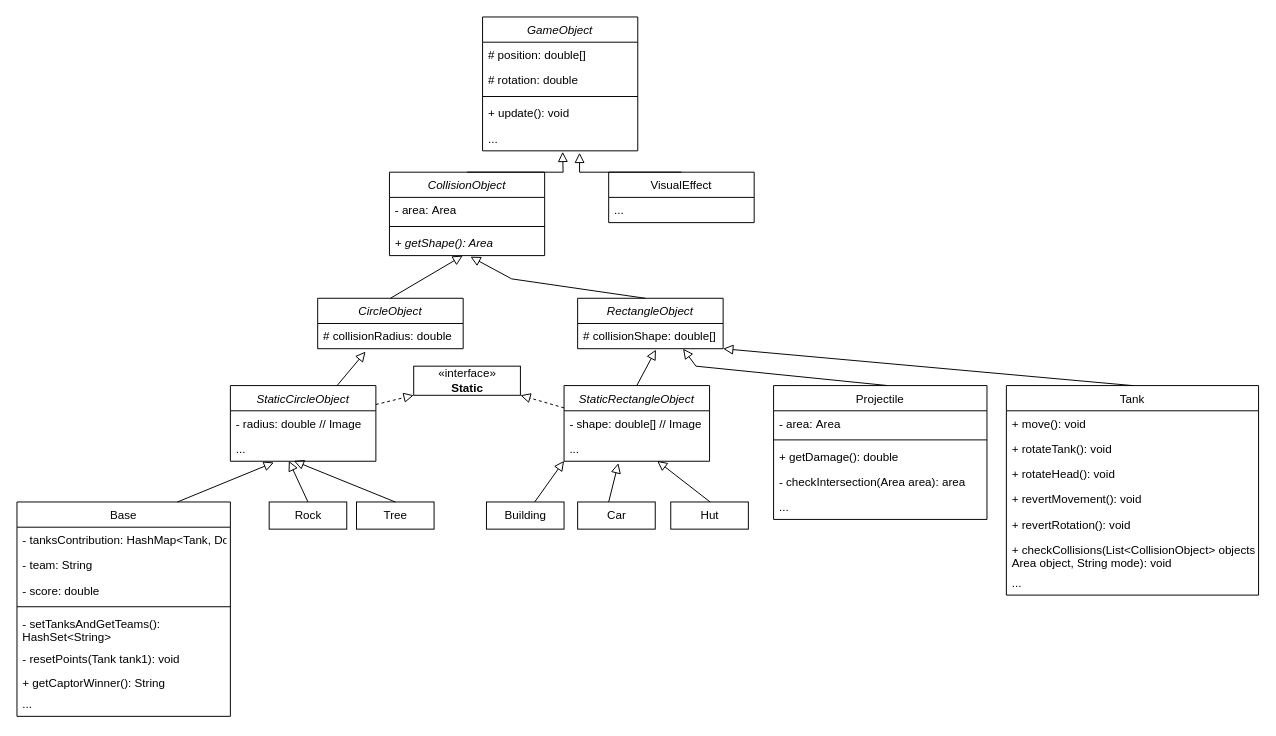
vladimirKa002/tanks-game keeps this draw.io diagram as readme/tanks_uml.drawio. Above is the earlier version. Source tidied: cells renumbered, new cells numbered last; positions are measured from the earlier drawing's top-left corner, leaving out a move shared by most shapes. Both pictures are drawn from the tidied source at 97%, with x=0, y=0 at pixel (16, 16).
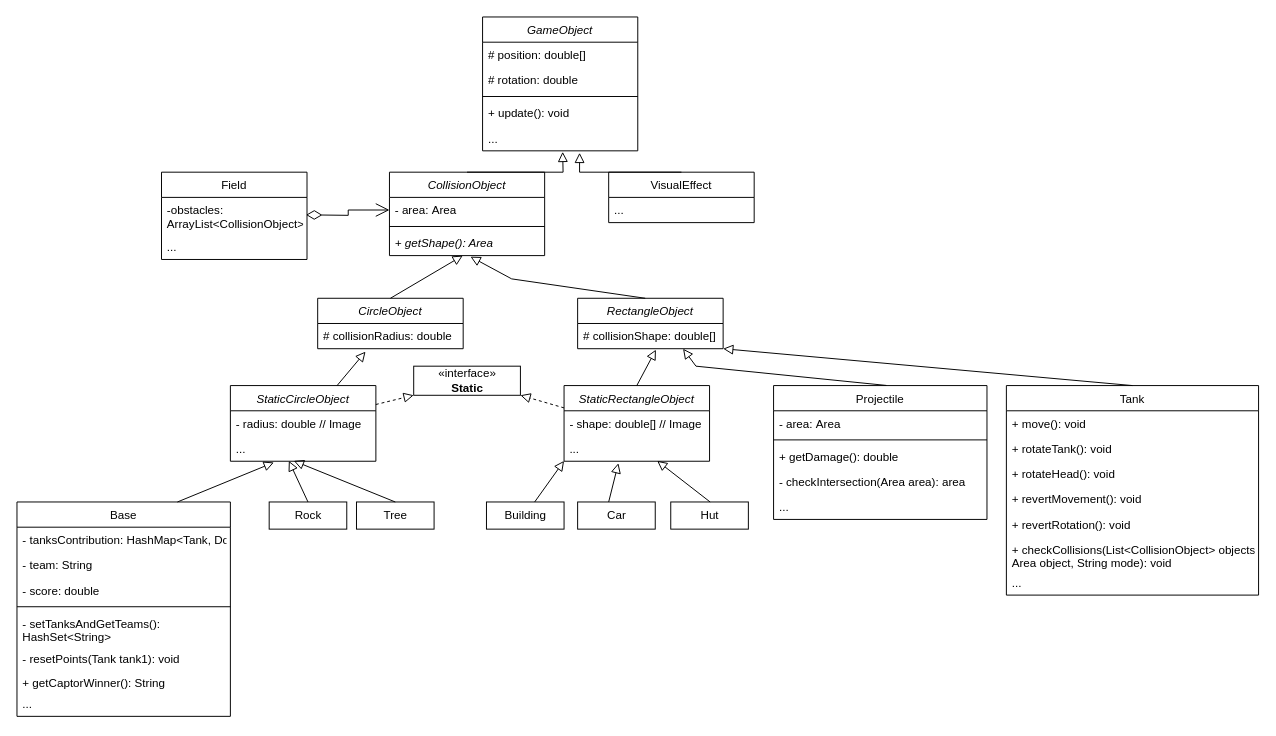
The same diagram, later.

Unchanged cells that the change refers to:
```xml
<mxCell id="9" value="- area: Area" style="text;strokeColor=none;fillColor=none;align=left;verticalAlign=top;spacingLeft=4;spacingRight=4;overflow=hidden;points=[[0,0.5],[1,0.5]];portConstraint=eastwest;" parent="8" vertex="1">
  <mxGeometry y="26" width="160" height="26" as="geometry" />
</mxCell>
```

Diff of the diagram source:
```diff
@@
+    <mxCell id="69" value="Field" style="swimlane;fontStyle=0;horizontal=1;startSize=26;fillColor=none;" parent="1" vertex="1">
+      <mxGeometry x="149" y="160" width="150" height="90" as="geometry" />
+    </mxCell>
+    <mxCell id="70" value="-obstacles: &#10;ArrayList&lt;CollisionObject&gt;" style="text;strokeColor=none;fillColor=none;align=left;verticalAlign=top;spacingLeft=4;spacingRight=4;overflow=hidden;" parent="69" vertex="1">
+      <mxGeometry y="26" width="150" height="38" as="geometry" />
+    </mxCell>
+    <mxCell id="71" value="..." style="text;strokeColor=none;fillColor=none;align=left;verticalAlign=top;spacingLeft=4;spacingRight=4;overflow=hidden;" parent="69" vertex="1">
+      <mxGeometry y="64" width="150" height="26" as="geometry" />
+    </mxCell>
+    <mxCell id="72" style="endArrow=open;html=1;endSize=12;startArrow=diamondThin;startSize=14;startFill=0;edgeStyle=orthogonalEdgeStyle;align=left;verticalAlign=bottom;rounded=0;entryX=0;entryY=0.5;entryDx=0;entryDy=0;" parent="1" edge="1" target="9">
+      <mxGeometry x="-1" y="3" relative="1" as="geometry">
+        <mxPoint x="298" y="204" as="sourcePoint" />
+      </mxGeometry>
+    </mxCell>
```
